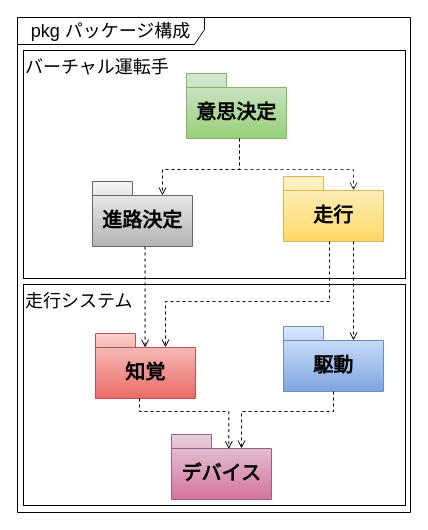
miyoshiyuu-systena/tenarobo-primary-mil-2025 keeps this draw.io diagram as model/素材/3.1.1_パッケージ図.drawio. Above is the earlier version. Source tidied: cells renumbered, new cells numbered last; positions are measured from the earlier drawing's top-left corner, leaving out a move shared by most shapes. Both pictures are drawn from the tidied source at 100%, with x=0, y=0 at pixel (17, 17).
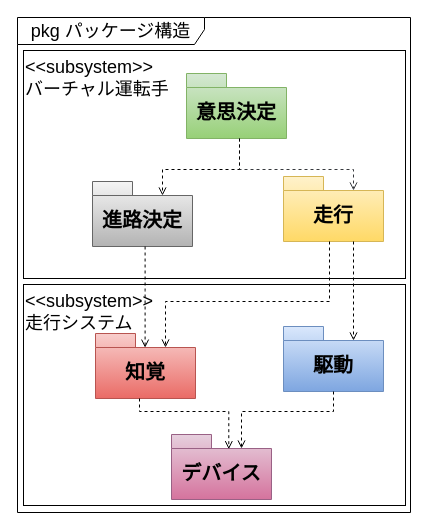
After the change.

Diff of the diagram source:
```diff
@@
-    <mxCell id="2" value="バーチャル運転手" style="rounded=0;whiteSpace=wrap;html=1;align=left;verticalAlign=top;fontSize=18;" parent="1" vertex="1">
+    <mxCell id="2" value="&lt;div&gt;&amp;lt;&amp;lt;subsystem&amp;gt;&amp;gt;&lt;/div&gt;バーチャル運転手" style="rounded=0;whiteSpace=wrap;html=1;align=left;verticalAlign=top;fontSize=18;" parent="1" vertex="1">
       <mxGeometry x="6" y="33" width="382" height="228" as="geometry" />
     </mxCell>
@@
-    <mxCell id="4" value="走行システム" style="rounded=0;whiteSpace=wrap;html=1;align=left;verticalAlign=top;fontSize=18;" parent="1" vertex="1">
+    <mxCell id="4" value="&lt;div&gt;&amp;lt;&amp;lt;subsystem&amp;gt;&amp;gt;&lt;/div&gt;走行システム" style="rounded=0;whiteSpace=wrap;html=1;align=left;verticalAlign=top;fontSize=18;" parent="1" vertex="1">
       <mxGeometry x="6" y="267" width="382" height="221" as="geometry" />
     </mxCell>
@@
-    <mxCell id="17" value="pkg パッケージ構成" style="shape=umlFrame;whiteSpace=wrap;html=1;width=187;height=27;fontSize=18;" parent="1" vertex="1">
+    <mxCell id="17" value="pkg パッケージ構造" style="shape=umlFrame;whiteSpace=wrap;html=1;width=187;height=27;fontSize=18;" parent="1" vertex="1">
       <mxGeometry width="393" height="495" as="geometry" />
     </mxCell>
```
